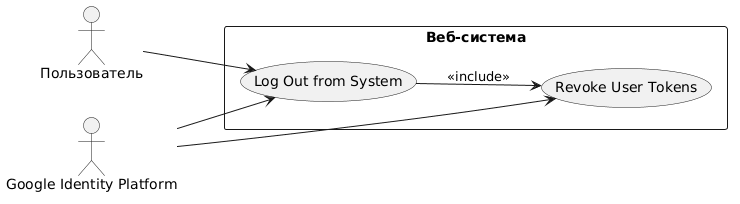
Earlier version of the PlantUML export 01_Requirements_Docs/01_Use_Case/Диаграмма UC-04.png (Gustafor/System-Business-Analyst-). The source it was exported from:
```plantuml
@startuml
left to right direction

actor Пользователь as User
actor "Google Identity Platform" as Google

rectangle "Веб-система" {
  usecase "Log Out from System" as UC4
  usecase "Revoke User Tokens" as UC5
}

User --> UC4
Google --> UC4
Google --> UC5

UC4 --> UC5 : <<include>>
@enduml
```
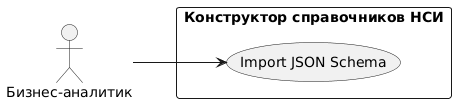
The same file after the commit.

Diff of the diagram source:
```diff
@@ -1,17 +1,11 @@
 @startuml
 left to right direction
 
-actor Пользователь as User
-actor "Google Identity Platform" as Google
+actor "Бизнес-аналитик" as BA
 
-rectangle "Веб-система" {
-  usecase "Log Out from System" as UC4
-  usecase "Revoke User Tokens" as UC5
+rectangle "Конструктор справочников НСИ" {
+  usecase "Import JSON Schema" as UC4
 }
 
-User --> UC4
-Google --> UC4
-Google --> UC5
-
-UC4 --> UC5 : <<include>>
+BA --> UC4
 @enduml
```
